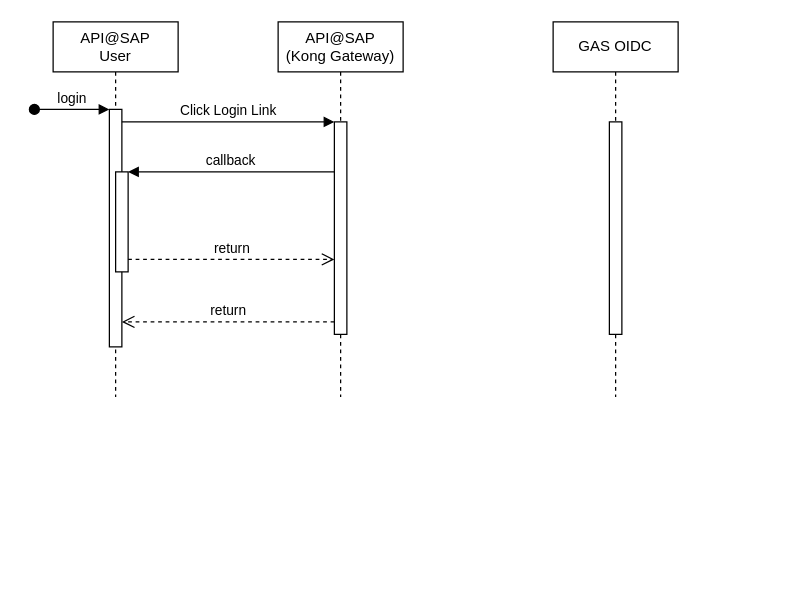
Before: Untitled Diagram.drawio in kameshbrao/ArchiModels, a draw.io diagram. Source tidied: cells renumbered, new cells numbered last; positions are measured from the earlier drawing's top-left corner, leaving out a move shared by most shapes. Both pictures are drawn from the tidied source at 125%, with x=0, y=0 at pixel (34, 21).
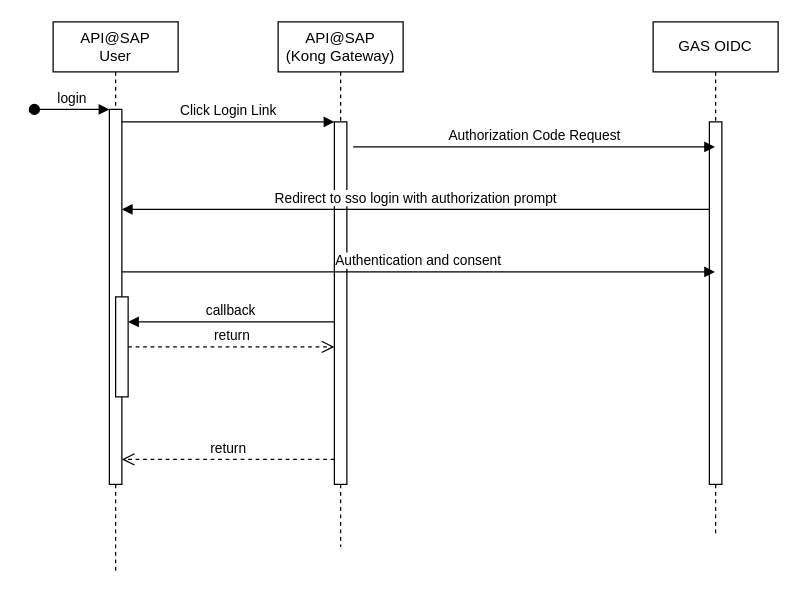
The same diagram, later.

What changed in the source:
```diff
@@
     <mxCell id="2" value="API@SAP &lt;br&gt;User" style="shape=umlLifeline;perimeter=lifelinePerimeter;whiteSpace=wrap;html=1;newEdgeStyle={&quot;edgeStyle&quot;:&quot;elbowEdgeStyle&quot;,&quot;elbow&quot;:&quot;vertical&quot;,&quot;curved&quot;:0,&quot;rounded&quot;:0};" parent="1" vertex="1">
-      <mxGeometry x="15" width="100" height="300" as="geometry" />
+      <mxGeometry x="15" width="100" height="440" as="geometry" />
     </mxCell>
     <mxCell id="3" style="html=1;points=[];perimeter=orthogonalPerimeter;outlineConnect=0;targetShapes=umlLifeline;portConstraint=eastwest;newEdgeStyle={&quot;edgeStyle&quot;:&quot;elbowEdgeStyle&quot;,&quot;elbow&quot;:&quot;vertical&quot;,&quot;curved&quot;:0,&quot;rounded&quot;:0};" parent="2" vertex="1">
-      <mxGeometry x="45" y="70" width="10" height="190" as="geometry" />
+      <mxGeometry x="45" y="70" width="10" height="300" as="geometry" />
     </mxCell>
@@
     <mxCell id="5" style="html=1;points=[];perimeter=orthogonalPerimeter;outlineConnect=0;targetShapes=umlLifeline;portConstraint=eastwest;newEdgeStyle={&quot;edgeStyle&quot;:&quot;elbowEdgeStyle&quot;,&quot;elbow&quot;:&quot;vertical&quot;,&quot;curved&quot;:0,&quot;rounded&quot;:0};" parent="2" vertex="1">
-      <mxGeometry x="50" y="120" width="10" height="80" as="geometry" />
+      <mxGeometry x="50" y="220" width="10" height="80" as="geometry" />
     </mxCell>
     <mxCell id="6" value="API@SAP&lt;br&gt;(Kong Gateway)" style="shape=umlLifeline;perimeter=lifelinePerimeter;whiteSpace=wrap;html=1;newEdgeStyle={&quot;edgeStyle&quot;:&quot;elbowEdgeStyle&quot;,&quot;elbow&quot;:&quot;vertical&quot;,&quot;curved&quot;:0,&quot;rounded&quot;:0};" parent="1" vertex="1">
-      <mxGeometry x="195" width="100" height="300" as="geometry" />
+      <mxGeometry x="195" width="100" height="420" as="geometry" />
     </mxCell>
     <mxCell id="7" style="html=1;points=[];perimeter=orthogonalPerimeter;outlineConnect=0;targetShapes=umlLifeline;portConstraint=eastwest;newEdgeStyle={&quot;edgeStyle&quot;:&quot;elbowEdgeStyle&quot;,&quot;elbow&quot;:&quot;vertical&quot;,&quot;curved&quot;:0,&quot;rounded&quot;:0};" parent="6" vertex="1">
-      <mxGeometry x="45" y="80" width="10" height="170" as="geometry" />
+      <mxGeometry x="45" y="80" width="10" height="290" as="geometry" />
     </mxCell>
@@
     <mxCell id="9" value="return" style="html=1;verticalAlign=bottom;endArrow=open;dashed=1;endSize=8;edgeStyle=elbowEdgeStyle;elbow=vertical;curved=0;rounded=0;" parent="1" edge="1" source="7" target="3">
       <mxGeometry relative="1" as="geometry">
         <Array as="points">
+          <mxPoint x="195" y="350" />
+          <mxPoint x="215" y="280" />
           <mxPoint x="165" y="240" />
         </Array>
       </mxGeometry>
     </mxCell>
     <mxCell id="10" value="callback" style="html=1;verticalAlign=bottom;endArrow=block;edgeStyle=elbowEdgeStyle;elbow=vertical;curved=0;rounded=0;" parent="1" edge="1" source="7" target="5">
       <mxGeometry relative="1" as="geometry">
         <Array as="points">
+          <mxPoint x="185" y="240" />
+          <mxPoint x="185" y="180" />
+          <mxPoint x="205" y="150" />
           <mxPoint x="165" y="120" />
         </Array>
       </mxGeometry>
     </mxCell>
     <mxCell id="11" value="return" style="html=1;verticalAlign=bottom;endArrow=open;dashed=1;endSize=8;edgeStyle=elbowEdgeStyle;elbow=vertical;curved=0;rounded=0;" parent="1" edge="1" source="5" target="7">
       <mxGeometry relative="1" as="geometry">
         <Array as="points">
+          <mxPoint x="185" y="260" />
           <mxPoint x="155" y="190" />
         </Array>
       </mxGeometry>
     </mxCell>
     <mxCell id="12" value="GAS OIDC" style="shape=umlLifeline;perimeter=lifelinePerimeter;whiteSpace=wrap;html=1;outlineConnect=0;portConstraint=eastwest;newEdgeStyle={&quot;edgeStyle&quot;:&quot;elbowEdgeStyle&quot;,&quot;elbow&quot;:&quot;vertical&quot;,&quot;curved&quot;:0,&quot;rounded&quot;:0};" parent="1" vertex="1">
-      <mxGeometry x="415" width="100" height="300" as="geometry" />
+      <mxGeometry x="495" width="100" height="410" as="geometry" />
     </mxCell>
     <mxCell id="13" style="html=1;points=[];perimeter=orthogonalPerimeter;outlineConnect=0;targetShapes=umlLifeline;portConstraint=eastwest;newEdgeStyle={&quot;edgeStyle&quot;:&quot;elbowEdgeStyle&quot;,&quot;elbow&quot;:&quot;vertical&quot;,&quot;curved&quot;:0,&quot;rounded&quot;:0};" parent="12" vertex="1">
-      <mxGeometry x="45" y="80" width="10" height="170" as="geometry" />
+      <mxGeometry x="45" y="80" width="10" height="290" as="geometry" />
     </mxCell>
+    <mxCell id="14" value="Authorization Code Request" style="html=1;verticalAlign=bottom;endArrow=block;edgeStyle=elbowEdgeStyle;elbow=vertical;curved=0;rounded=0;" parent="1" edge="1" target="12">
+      <mxGeometry relative="1" as="geometry">
+        <mxPoint x="255" y="100" as="sourcePoint" />
+        <Array as="points">
+          <mxPoint x="340" y="100" />
+        </Array>
+      </mxGeometry>
+    </mxCell>
+    <mxCell id="15" value="Redirect to sso login with authorization prompt" style="html=1;verticalAlign=bottom;endArrow=block;edgeStyle=elbowEdgeStyle;elbow=vertical;curved=0;rounded=0;" parent="1" edge="1" source="13" target="3">
+      <mxGeometry relative="1" as="geometry">
+        <Array as="points">
+          <mxPoint x="375" y="150" />
+          <mxPoint x="335" y="130" />
+          <mxPoint x="65" y="130" />
+          <mxPoint x="345" y="130" />
+          <mxPoint x="195" y="190" />
+          <mxPoint x="215" y="160" />
+          <mxPoint x="175" y="130" />
+        </Array>
+      </mxGeometry>
+    </mxCell>
+    <mxCell id="16" value="Authentication and consent" style="html=1;verticalAlign=bottom;endArrow=block;edgeStyle=elbowEdgeStyle;elbow=vertical;curved=0;rounded=0;" parent="1" edge="1" source="3" target="12">
+      <mxGeometry relative="1" as="geometry">
+        <Array as="points">
+          <mxPoint x="385" y="200" />
+          <mxPoint x="165" y="190" />
+        </Array>
+      </mxGeometry>
+    </mxCell>
```
